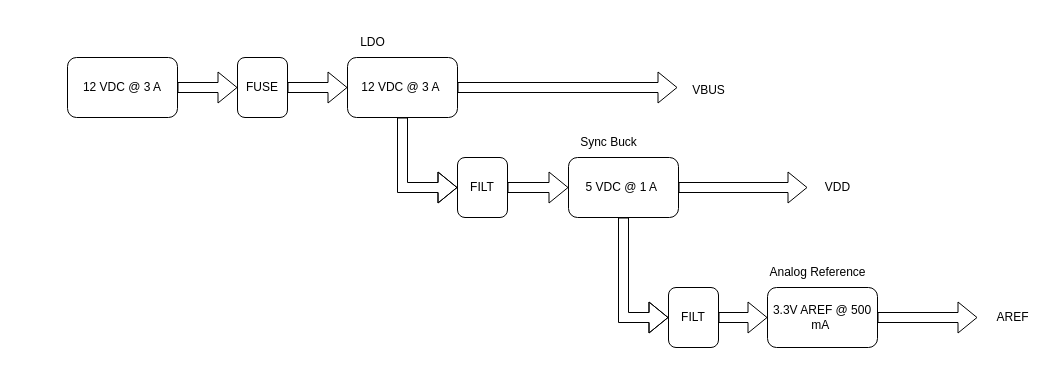
cSDes1gn/ucl keeps this draw.io diagram as docs/ddd/power.drawio. Above is the earlier version. Source tidied: cells renumbered, new cells numbered last; positions are measured from the earlier drawing's top-left corner, leaving out a move shared by most shapes. Both pictures are drawn from the tidied source at 100%, with x=0, y=0 at pixel (67, 27).
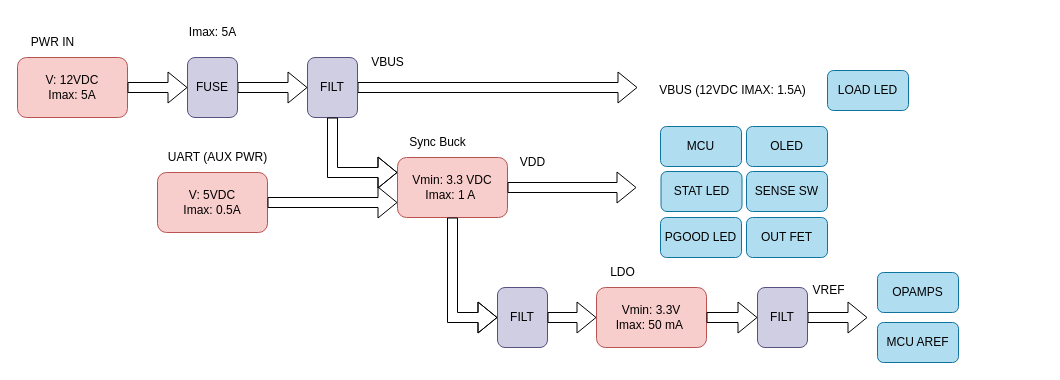
The same page after the edit.

What changed in the source:
```diff
@@
-    <mxCell id="2" value="12 VDC @ 3 A" style="rounded=1;whiteSpace=wrap;html=1;" parent="1" vertex="1">
-      <mxGeometry y="30" width="110" height="60" as="geometry" />
+    <mxCell id="2" value="V: 12VDC&lt;br&gt;Imax: 5A" style="rounded=1;whiteSpace=wrap;html=1;fillColor=#f8cecc;strokeColor=#b85450;" parent="1" vertex="1">
+      <mxGeometry x="-50" y="30" width="110" height="60" as="geometry" />
     </mxCell>
-    <mxCell id="3" value="12 VDC @ 3 A&amp;nbsp;" style="rounded=1;whiteSpace=wrap;html=1;" parent="1" vertex="1">
-      <mxGeometry x="280" y="30" width="110" height="60" as="geometry" />
-    </mxCell>
-    <mxCell id="4" value="5 VDC @ 1 A&amp;nbsp;" style="rounded=1;whiteSpace=wrap;html=1;" parent="1" vertex="1">
-      <mxGeometry x="501" y="130" width="110" height="60" as="geometry" />
+    <mxCell id="4" value="Vmin: 3.3 VDC&lt;br&gt;Imax: 1 A&amp;nbsp;" style="rounded=1;whiteSpace=wrap;html=1;fillColor=#f8cecc;strokeColor=#b85450;" parent="1" vertex="1">
+      <mxGeometry x="330" y="130" width="110" height="60" as="geometry" />
     </mxCell>
-    <mxCell id="5" value="3.3V AREF @ 500 mA&amp;nbsp;" style="rounded=1;whiteSpace=wrap;html=1;" parent="1" vertex="1">
-      <mxGeometry x="700" y="260" width="110" height="60" as="geometry" />
+    <mxCell id="5" value="Vmin: 3.3V&lt;br&gt;Imax: 50 mA&amp;nbsp;" style="rounded=1;whiteSpace=wrap;html=1;fillColor=#f8cecc;strokeColor=#b85450;" parent="1" vertex="1">
+      <mxGeometry x="529" y="260" width="110" height="60" as="geometry" />
     </mxCell>
-    <mxCell id="6" style="shape=flexArrow;endArrow=classic;html=1;rounded=0;entryX=0;entryY=0.5;entryDx=0;entryDy=0;exitX=1;exitY=0.5;exitDx=0;exitDy=0;" parent="1" edge="1" source="10" target="3">
+    <mxCell id="6" style="shape=flexArrow;endArrow=classic;html=1;rounded=0;exitX=1;exitY=0.5;exitDx=0;exitDy=0;" parent="1" edge="1" source="10" target="15">
       <mxGeometry relative="1" as="geometry" />
     </mxCell>
-    <mxCell id="7" style="shape=flexArrow;endArrow=classic;html=1;rounded=0;" parent="1" edge="1" source="3">
+    <mxCell id="7" style="shape=flexArrow;endArrow=classic;html=1;rounded=0;exitX=1;exitY=0.5;exitDx=0;exitDy=0;" parent="1" edge="1" source="15">
       <mxGeometry relative="1" as="geometry">
-        <mxPoint x="610" y="60" as="targetPoint" />
+        <mxPoint x="570" y="60" as="targetPoint" />
       </mxGeometry>
     </mxCell>
-    <mxCell id="8" value="VBUS" style="text;html=1;align=center;verticalAlign=middle;strokeColor=none;fillColor=none;" parent="1" vertex="1">
-      <mxGeometry x="611" y="48" width="60" height="30" as="geometry" />
+    <mxCell id="8" value="VBUS (12VDC IMAX: 1.5A)" style="text;html=1;align=center;verticalAlign=middle;strokeColor=none;fillColor=none;" parent="1" vertex="1">
+      <mxGeometry x="580" y="48" width="170" height="30" as="geometry" />
     </mxCell>
@@
-    <mxCell id="10" value="FUSE" style="rounded=1;whiteSpace=wrap;html=1;" parent="1" vertex="1">
-      <mxGeometry x="170" y="30" width="50" height="60" as="geometry" />
+    <mxCell id="10" value="FUSE" style="rounded=1;whiteSpace=wrap;html=1;fillColor=#d0cee2;strokeColor=#56517e;" parent="1" vertex="1">
+      <mxGeometry x="120" y="30" width="50" height="60" as="geometry" />
     </mxCell>
     <mxCell id="11" value="Sync Buck" style="text;html=1;align=center;verticalAlign=middle;strokeColor=none;fillColor=none;" parent="1" vertex="1">
-      <mxGeometry x="501" y="100" width="80" height="30" as="geometry" />
+      <mxGeometry x="330" y="100" width="80" height="30" as="geometry" />
     </mxCell>
-    <mxCell id="12" value="LDO" style="text;html=1;align=center;verticalAlign=middle;strokeColor=none;fillColor=none;" parent="1" vertex="1">
-      <mxGeometry x="280" width="50" height="30" as="geometry" />
-    </mxCell>
-    <mxCell id="13" value="Analog Reference" style="text;html=1;align=center;verticalAlign=middle;strokeColor=none;fillColor=none;" parent="1" vertex="1">
-      <mxGeometry x="690" y="230" width="120" height="30" as="geometry" />
+    <mxCell id="13" value="LDO" style="text;html=1;align=center;verticalAlign=middle;strokeColor=none;fillColor=none;" parent="1" vertex="1">
+      <mxGeometry x="530" y="230" width="50" height="30" as="geometry" />
     </mxCell>
-    <mxCell id="14" style="shape=flexArrow;endArrow=classic;html=1;rounded=0;entryX=0;entryY=0.5;entryDx=0;entryDy=0;exitX=0.5;exitY=1;exitDx=0;exitDy=0;" parent="1" edge="1" source="3" target="15">
-      <mxGeometry relative="1" as="geometry">
-        <Array as="points">
-          <mxPoint x="335" y="160" />
-        </Array>
-      </mxGeometry>
-    </mxCell>
-    <mxCell id="15" value="FILT" style="rounded=1;whiteSpace=wrap;html=1;" parent="1" vertex="1">
-      <mxGeometry x="390" y="130" width="50" height="60" as="geometry" />
+    <mxCell id="15" value="FILT" style="rounded=1;whiteSpace=wrap;html=1;fillColor=#d0cee2;strokeColor=#56517e;" parent="1" vertex="1">
+      <mxGeometry x="240" y="30" width="50" height="60" as="geometry" />
     </mxCell>
-    <mxCell id="16" style="shape=flexArrow;endArrow=classic;html=1;rounded=0;entryX=0;entryY=0.5;entryDx=0;entryDy=0;exitX=1;exitY=0.5;exitDx=0;exitDy=0;" parent="1" edge="1" source="15" target="4">
-      <mxGeometry relative="1" as="geometry" />
+    <mxCell id="16" style="shape=flexArrow;endArrow=classic;html=1;rounded=0;entryX=0;entryY=0.25;entryDx=0;entryDy=0;exitX=0.5;exitY=1;exitDx=0;exitDy=0;" parent="1" edge="1" source="15" target="4">
+      <mxGeometry relative="1" as="geometry">
+        <Array as="points">
+          <mxPoint x="265" y="145" />
+        </Array>
+      </mxGeometry>
     </mxCell>
-    <mxCell id="17" value="FILT" style="rounded=1;whiteSpace=wrap;html=1;" parent="1" vertex="1">
-      <mxGeometry x="601" y="260" width="50" height="60" as="geometry" />
+    <mxCell id="17" value="FILT" style="rounded=1;whiteSpace=wrap;html=1;fillColor=#d0cee2;strokeColor=#56517e;" parent="1" vertex="1">
+      <mxGeometry x="430" y="260" width="50" height="60" as="geometry" />
     </mxCell>
     <mxCell id="18" style="shape=flexArrow;endArrow=classic;html=1;rounded=0;exitX=0.5;exitY=1;exitDx=0;exitDy=0;entryX=0;entryY=0.5;entryDx=0;entryDy=0;" parent="1" edge="1" source="4" target="17">
       <mxGeometry relative="1" as="geometry">
         <Array as="points">
-          <mxPoint x="556" y="290" />
+          <mxPoint x="385" y="290" />
         </Array>
       </mxGeometry>
     </mxCell>
@@
     <mxCell id="20" style="shape=flexArrow;endArrow=classic;html=1;rounded=0;exitX=1;exitY=0.5;exitDx=0;exitDy=0;" parent="1" edge="1" source="4">
       <mxGeometry relative="1" as="geometry">
-        <mxPoint x="740" y="160" as="targetPoint" />
+        <mxPoint x="569" y="160" as="targetPoint" />
       </mxGeometry>
     </mxCell>
-    <mxCell id="21" style="shape=flexArrow;endArrow=classic;html=1;rounded=0;exitX=1;exitY=0.5;exitDx=0;exitDy=0;" parent="1" edge="1" source="5">
+    <mxCell id="21" style="shape=flexArrow;endArrow=classic;html=1;rounded=0;exitX=1;exitY=0.5;exitDx=0;exitDy=0;" parent="1" edge="1" source="26">
       <mxGeometry relative="1" as="geometry">
-        <mxPoint x="910" y="290" as="targetPoint" />
+        <mxPoint x="800" y="290" as="targetPoint" />
       </mxGeometry>
     </mxCell>
     <mxCell id="22" value="VDD" style="text;html=1;align=center;verticalAlign=middle;strokeColor=none;fillColor=none;" parent="1" vertex="1">
-      <mxGeometry x="745" y="145" width="50" height="30" as="geometry" />
+      <mxGeometry x="440" y="120" width="50" height="30" as="geometry" />
     </mxCell>
-    <mxCell id="23" value="AREF" style="text;html=1;align=center;verticalAlign=middle;strokeColor=none;fillColor=none;" parent="1" vertex="1">
-      <mxGeometry x="915" y="275" width="60" height="30" as="geometry" />
-    </mxCell>
+    <mxCell id="24" value="Imax: 5A" style="text;html=1;align=center;verticalAlign=middle;strokeColor=none;fillColor=none;" parent="1" vertex="1">
+      <mxGeometry x="110" y="-10" width="70" height="30" as="geometry" />
+    </mxCell>
+    <mxCell id="25" style="shape=flexArrow;endArrow=classic;html=1;rounded=0;exitX=1;exitY=0.5;exitDx=0;exitDy=0;" parent="1" edge="1" source="5" target="26">
+      <mxGeometry relative="1" as="geometry" />
+    </mxCell>
+    <mxCell id="26" value="FILT" style="rounded=1;whiteSpace=wrap;html=1;fillColor=#d0cee2;strokeColor=#56517e;" parent="1" vertex="1">
+      <mxGeometry x="690" y="260" width="50" height="60" as="geometry" />
+    </mxCell>
+    <mxCell id="27" value="MCU" style="rounded=1;whiteSpace=wrap;html=1;fillColor=#b1ddf0;strokeColor=#10739e;" parent="1" vertex="1">
+      <mxGeometry x="593" y="99" width="81" height="40" as="geometry" />
+    </mxCell>
+    <mxCell id="28" value="STAT LED" style="rounded=1;whiteSpace=wrap;html=1;fillColor=#b1ddf0;strokeColor=#10739e;" parent="1" vertex="1">
+      <mxGeometry x="593.5" y="144" width="81" height="40" as="geometry" />
+    </mxCell>
+    <mxCell id="29" value="V: 5VDC&lt;br&gt;Imax: 0.5A" style="rounded=1;whiteSpace=wrap;html=1;fillColor=#f8cecc;strokeColor=#b85450;" parent="1" vertex="1">
+      <mxGeometry x="90" y="145" width="110" height="60" as="geometry" />
+    </mxCell>
+    <mxCell id="30" style="shape=flexArrow;endArrow=classic;html=1;rounded=0;entryX=0;entryY=0.75;entryDx=0;entryDy=0;exitX=1;exitY=0.5;exitDx=0;exitDy=0;" parent="1" edge="1" source="29" target="4">
+      <mxGeometry relative="1" as="geometry" />
+    </mxCell>
+    <mxCell id="31" value="LOAD LED" style="rounded=1;whiteSpace=wrap;html=1;fillColor=#b1ddf0;strokeColor=#10739e;" parent="1" vertex="1">
+      <mxGeometry x="760" y="43" width="81" height="40" as="geometry" />
+    </mxCell>
+    <mxCell id="32" value="UART (AUX PWR)" style="text;html=1;align=center;verticalAlign=middle;strokeColor=none;fillColor=none;" parent="1" vertex="1">
+      <mxGeometry x="90" y="115" width="120" height="30" as="geometry" />
+    </mxCell>
+    <mxCell id="33" value="PWR IN" style="text;html=1;align=center;verticalAlign=middle;strokeColor=none;fillColor=none;" parent="1" vertex="1">
+      <mxGeometry x="-50" width="70" height="30" as="geometry" />
+    </mxCell>
+    <mxCell id="34" value="OPAMPS" style="rounded=1;whiteSpace=wrap;html=1;fillColor=#b1ddf0;strokeColor=#10739e;" parent="1" vertex="1">
+      <mxGeometry x="810" y="245" width="81" height="40" as="geometry" />
+    </mxCell>
+    <mxCell id="35" value="MCU AREF" style="rounded=1;whiteSpace=wrap;html=1;fillColor=#b1ddf0;strokeColor=#10739e;" parent="1" vertex="1">
+      <mxGeometry x="810" y="295" width="81" height="40" as="geometry" />
+    </mxCell>
+    <mxCell id="36" value="PGOOD LED" style="rounded=1;whiteSpace=wrap;html=1;fillColor=#b1ddf0;strokeColor=#10739e;" parent="1" vertex="1">
+      <mxGeometry x="593" y="190" width="81" height="40" as="geometry" />
+    </mxCell>
+    <mxCell id="37" value="OLED" style="rounded=1;whiteSpace=wrap;html=1;fillColor=#b1ddf0;strokeColor=#10739e;" parent="1" vertex="1">
+      <mxGeometry x="679" y="99" width="81" height="40" as="geometry" />
+    </mxCell>
+    <mxCell id="38" value="SENSE SW" style="rounded=1;whiteSpace=wrap;html=1;fillColor=#b1ddf0;strokeColor=#10739e;" parent="1" vertex="1">
+      <mxGeometry x="679" y="144" width="81" height="40" as="geometry" />
+    </mxCell>
+    <mxCell id="39" value="OUT FET" style="rounded=1;whiteSpace=wrap;html=1;fillColor=#b1ddf0;strokeColor=#10739e;" parent="1" vertex="1">
+      <mxGeometry x="679" y="190" width="81" height="40" as="geometry" />
+    </mxCell>
+    <mxCell id="40" value="VREF" style="text;html=1;align=center;verticalAlign=middle;strokeColor=none;fillColor=none;" parent="1" vertex="1">
+      <mxGeometry x="731" y="248" width="60" height="30" as="geometry" />
+    </mxCell>
+    <mxCell id="41" value="VBUS" style="text;html=1;align=center;verticalAlign=middle;strokeColor=none;fillColor=none;" parent="1" vertex="1">
+      <mxGeometry x="290" y="20" width="60" height="30" as="geometry" />
+    </mxCell>
```
